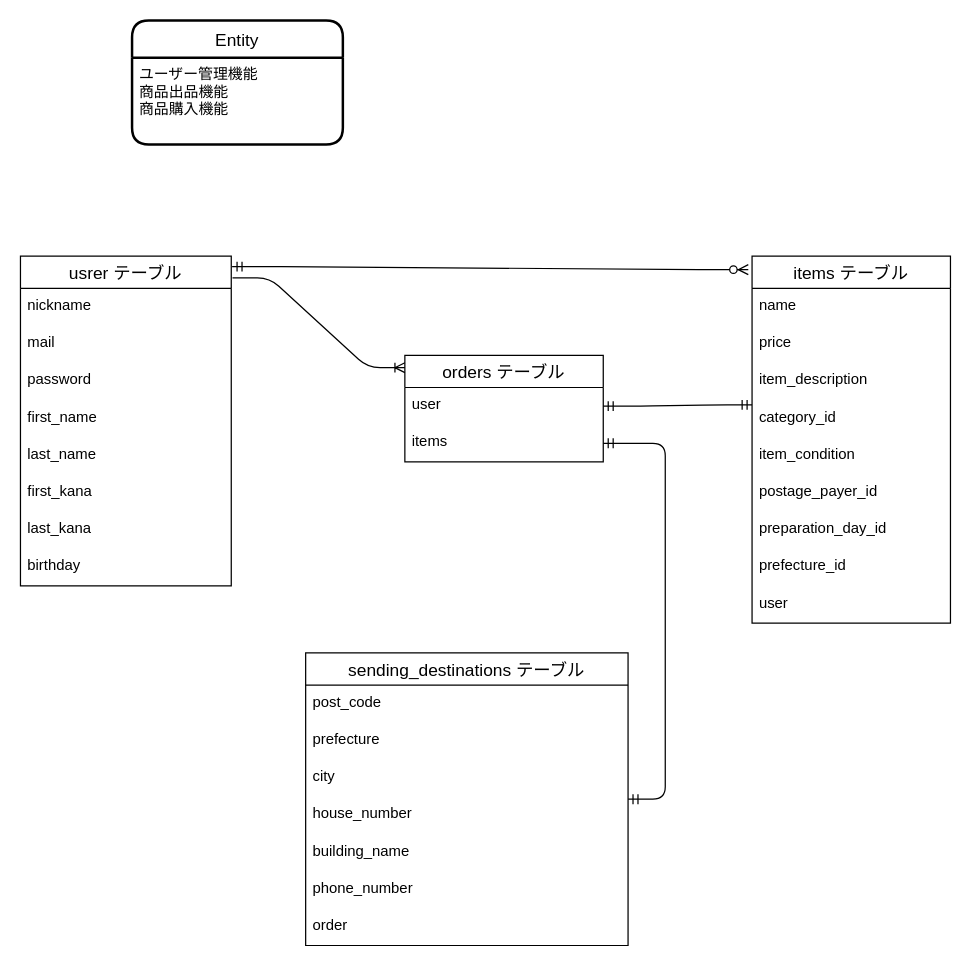
The draw.io diagram furima-40469.dio in jones-2earth/furima-40469, before the edit. Source tidied: cells renumbered, new cells numbered last; positions are measured from the earlier drawing's top-left corner, leaving out a move shared by most shapes. Both pictures are drawn from the tidied source at 124%, with x=0, y=0 at pixel (20, 20).
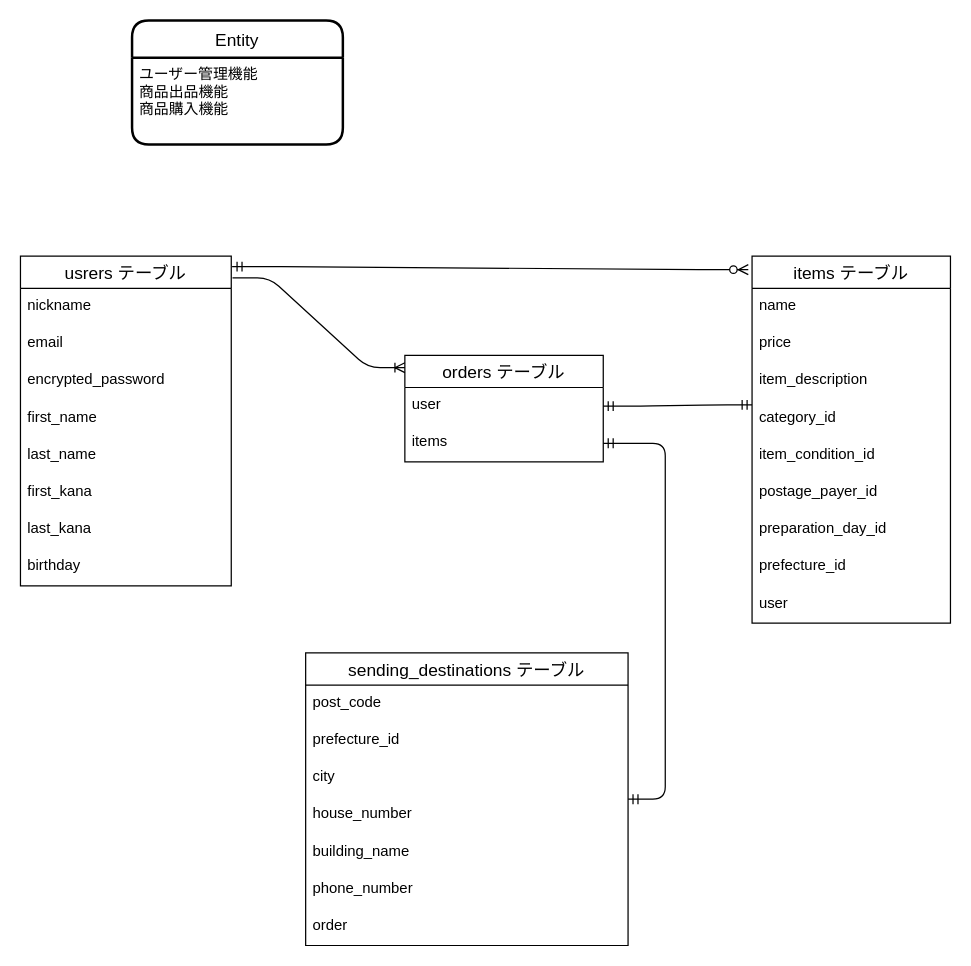
The same page after the edit.

The change refers to these unchanged cells:
```xml
<mxCell id="4" value="items テーブル" style="swimlane;fontStyle=0;horizontal=1;startSize=26;align=center;fontSize=14;" parent="1" vertex="1">
  <mxGeometry x="590" y="190" width="160" height="296" as="geometry" />
</mxCell>
<mxCell id="23" value="sending_destinations テーブル" style="swimlane;fontStyle=0;horizontal=1;startSize=26;align=center;fontSize=14;" parent="1" vertex="1">
  <mxGeometry x="230" y="510" width="260" height="236" as="geometry" />
</mxCell>
```

What changed in the source:
```diff
@@
-    <mxCell id="9" value="item_condition" style="text;strokeColor=none;fillColor=none;spacingLeft=4;spacingRight=4;overflow=hidden;fontSize=12;" parent="4" vertex="1">
+    <mxCell id="9" value="item_condition_id" style="text;strokeColor=none;fillColor=none;spacingLeft=4;spacingRight=4;overflow=hidden;fontSize=12;" parent="4" vertex="1">
       <mxGeometry y="146" width="160" height="30" as="geometry" />
     </mxCell>
@@
-    <mxCell id="14" value="usrer テーブル" style="swimlane;fontStyle=0;horizontal=1;startSize=26;align=center;fontSize=14;" parent="1" vertex="1">
+    <mxCell id="14" value="usrers テーブル" style="swimlane;fontStyle=0;horizontal=1;startSize=26;align=center;fontSize=14;" parent="1" vertex="1">
       <mxGeometry y="190" width="170" height="266" as="geometry" />
     </mxCell>
@@
-    <mxCell id="16" value="mail" style="text;strokeColor=none;fillColor=none;spacingLeft=4;spacingRight=4;overflow=hidden;fontSize=12;" parent="14" vertex="1">
+    <mxCell id="16" value="email" style="text;strokeColor=none;fillColor=none;spacingLeft=4;spacingRight=4;overflow=hidden;fontSize=12;" parent="14" vertex="1">
       <mxGeometry y="56" width="170" height="30" as="geometry" />
     </mxCell>
-    <mxCell id="17" value="password&#10;" style="text;strokeColor=none;fillColor=none;spacingLeft=4;spacingRight=4;overflow=hidden;fontSize=12;" parent="14" vertex="1">
+    <mxCell id="17" value="encrypted_password&#10;" style="text;strokeColor=none;fillColor=none;spacingLeft=4;spacingRight=4;overflow=hidden;fontSize=12;" parent="14" vertex="1">
       <mxGeometry y="86" width="170" height="30" as="geometry" />
     </mxCell>
@@
-    <mxCell id="25" value="prefecture" style="text;strokeColor=none;fillColor=none;spacingLeft=4;spacingRight=4;overflow=hidden;fontSize=12;" parent="23" vertex="1">
+    <mxCell id="25" value="prefecture_id" style="text;strokeColor=none;fillColor=none;spacingLeft=4;spacingRight=4;overflow=hidden;fontSize=12;" parent="23" vertex="1">
       <mxGeometry y="56" width="260" height="30" as="geometry" />
     </mxCell>
```
